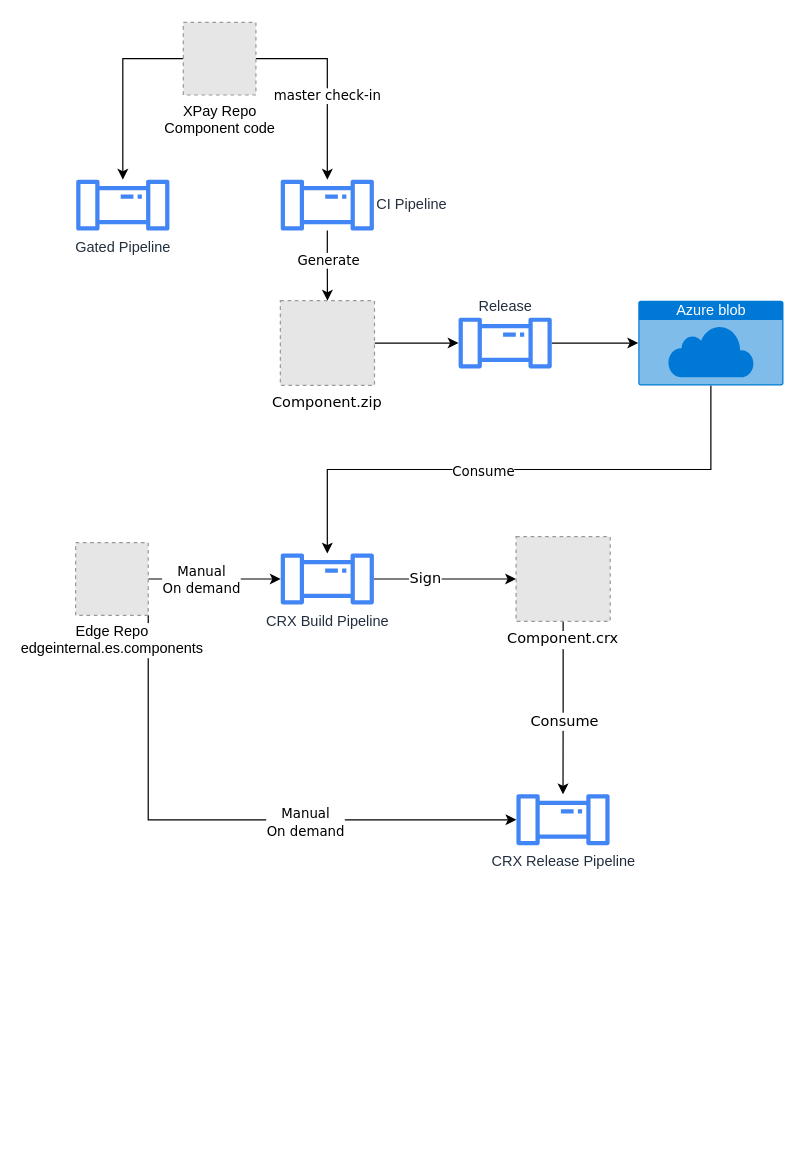
Earlier version of the draw.io diagram page "Overall" (1 of 3) of Wallet hub migration.drawio (lancelodliu/draw.io). Source tidied: cells renumbered, new cells numbered last; positions are measured from the earlier drawing's top-left corner, leaving out a move shared by most shapes. Both pictures are drawn from the tidied source at 121%, with x=0, y=0 at pixel (75, 22). Pictures stored in the file or linked from it are replaced by grey dashed boxes.
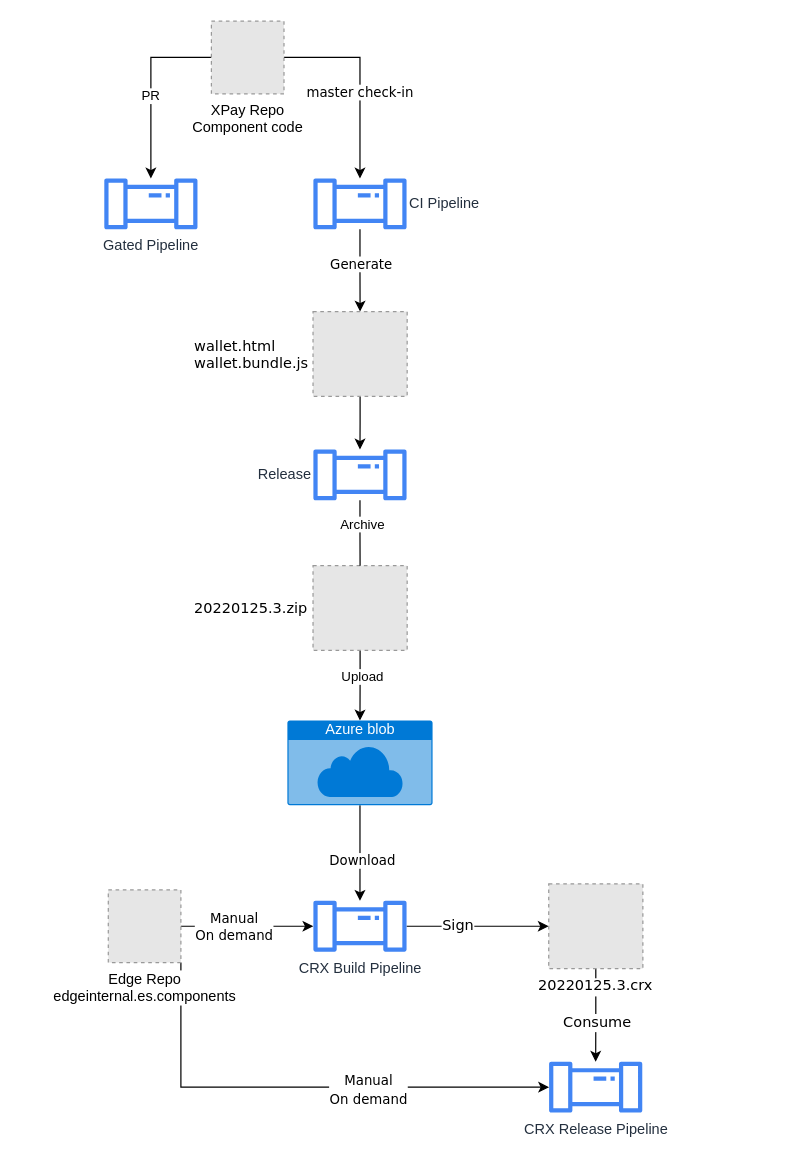
Above is the later version.

The change refers to these unchanged cells:
```xml
<mxCell id="7" style="edgeStyle=orthogonalEdgeStyle;rounded=0;jettySize=auto;html=1;exitX=0;exitY=0.5;exitDx=0;exitDy=0;fontFamily=Verdana;" parent="1" edge="1" source="8" target="9">
  <mxGeometry relative="1" as="geometry" />
</mxCell>
<mxCell id="10" style="edgeStyle=orthogonalEdgeStyle;rounded=0;jettySize=auto;html=1;exitX=0.5;exitY=1;exitDx=0;exitDy=0;fontFamily=Verdana;exitPerimeter=0;" parent="1" edge="1" source="28" target="21">
  <mxGeometry relative="1" as="geometry" />
</mxCell>
```

Change to the diagram source:
```diff
@@
     <mxCell id="4" value="CI Pipeline" style="sketch=0;outlineConnect=0;fontColor=#232F3E;gradientColor=none;fillColor=#4285F4;strokeColor=none;dashed=0;verticalLabelPosition=middle;verticalAlign=middle;align=left;html=1;fontSize=12;fontStyle=0;shape=mxgraph.aws4.iot_analytics_pipeline;labelPosition=right;" parent="1" vertex="1">
-      <mxGeometry x="169" y="130" width="78" height="42" as="geometry" />
+      <mxGeometry x="196" y="129" width="78" height="42" as="geometry" />
     </mxCell>
@@
+    <mxCell id="29" value="PR" style="edgeLabel;html=1;align=center;verticalAlign=middle;" parent="7" vertex="1">
+      <mxGeometry x="0.08" y="-1" relative="1" as="geometry" />
+    </mxCell>
     <mxCell id="8" value="XPay Repo&lt;br&gt;Component code" style="fillColor=#E6E6E6;strokeColor=#999999;dashed=1;html=1;verticalAlign=top;verticalLabelPosition=bottom;labelBackgroundColor=#ffffff;" parent="1" vertex="1">
-      <mxGeometry x="89" width="60" height="60" as="geometry" />
+      <mxGeometry x="112.2" y="-1" width="60" height="60" as="geometry" />
     </mxCell>
     <mxCell id="9" value="Gated Pipeline" style="sketch=0;outlineConnect=0;fontColor=#232F3E;gradientColor=none;fillColor=#4285F4;strokeColor=none;dashed=0;verticalLabelPosition=bottom;verticalAlign=top;align=center;html=1;fontSize=12;fontStyle=0;shape=mxgraph.aws4.iot_analytics_pipeline;" parent="1" vertex="1">
-      <mxGeometry y="130" width="78" height="42" as="geometry" />
+      <mxGeometry x="23.2" y="129" width="78" height="42" as="geometry" />
     </mxCell>
@@
-    <mxCell id="11" value="Consume" style="edgeLabel;html=1;align=center;verticalAlign=middle;fontFamily=Verdana;" parent="10" vertex="1">
+    <mxCell id="11" value="Download" style="edgeLabel;html=1;align=center;verticalAlign=middle;fontFamily=Verdana;" parent="10" vertex="1">
       <mxGeometry x="0.13" y="1" relative="1" as="geometry" />
     </mxCell>
-    <mxCell id="12" style="edgeStyle=orthogonalEdgeStyle;rounded=0;jettySize=auto;html=1;exitX=1;exitY=0.5;exitDx=0;exitDy=0;fontFamily=Helvetica;fontSize=18;fontColor=#FF8000;" parent="1" edge="1" source="13" target="27">
+    <mxCell id="12" style="edgeStyle=orthogonalEdgeStyle;rounded=0;jettySize=auto;html=1;" parent="1" edge="1" source="13" target="27">
       <mxGeometry relative="1" as="geometry" />
     </mxCell>
-    <mxCell id="13" value="Component.zip" style="fillColor=#E6E6E6;strokeColor=#999999;dashed=1;verticalLabelPosition=bottom;labelBackgroundColor=#ffffff;verticalAlign=top;fontFamily=Verdana;" parent="1" vertex="1">
-      <mxGeometry x="169.2" y="230" width="77.8" height="70" as="geometry" />
+    <mxCell id="13" value="wallet.html&#10;wallet.bundle.js" style="fillColor=#E6E6E6;strokeColor=#999999;dashed=1;verticalLabelPosition=middle;labelBackgroundColor=#ffffff;verticalAlign=middle;fontFamily=Verdana;labelPosition=left;align=left;spacingRight=0;spacing=-20;" parent="1" vertex="1">
+      <mxGeometry x="196.2" y="239" width="77.8" height="70" as="geometry" />
     </mxCell>
@@
     <mxCell id="16" style="edgeStyle=orthogonalEdgeStyle;rounded=0;jettySize=auto;html=1;exitX=1;exitY=1;exitDx=0;exitDy=0;fontFamily=Verdana;fontSize=12;" parent="1" edge="1" source="18" target="25">
       <mxGeometry relative="1" as="geometry">
         <Array as="points">
-          <mxPoint x="60" y="659" />
+          <mxPoint x="87" y="880" />
         </Array>
       </mxGeometry>
     </mxCell>
@@
     <mxCell id="18" value="Edge Repo&lt;br&gt;edgeinternal.es.components" style="fillColor=#E6E6E6;strokeColor=#999999;dashed=1;html=1;verticalAlign=top;verticalLabelPosition=bottom;labelBackgroundColor=#ffffff;" parent="1" vertex="1">
-      <mxGeometry y="430" width="60" height="60" as="geometry" />
+      <mxGeometry x="27" y="717" width="60" height="60" as="geometry" />
     </mxCell>
@@
     <mxCell id="21" value="CRX Build Pipeline" style="sketch=0;outlineConnect=0;fontColor=#232F3E;gradientColor=none;fillColor=#4285F4;strokeColor=none;dashed=0;verticalLabelPosition=bottom;verticalAlign=top;align=center;html=1;fontSize=12;fontStyle=0;shape=mxgraph.aws4.iot_analytics_pipeline;" parent="1" vertex="1">
-      <mxGeometry x="169" y="439" width="78" height="42" as="geometry" />
+      <mxGeometry x="196" y="726" width="78" height="42" as="geometry" />
     </mxCell>
@@
-    <mxCell id="24" value="Component.crx" style="fillColor=#E6E6E6;strokeColor=#999999;dashed=1;verticalLabelPosition=bottom;labelBackgroundColor=#ffffff;verticalAlign=top;fontFamily=Verdana;" parent="1" vertex="1">
-      <mxGeometry x="364" y="425" width="77.8" height="70" as="geometry" />
+    <mxCell id="24" value="20220125.3.crx" style="fillColor=#E6E6E6;strokeColor=#999999;dashed=1;verticalLabelPosition=bottom;labelBackgroundColor=#ffffff;verticalAlign=top;fontFamily=Verdana;" parent="1" vertex="1">
+      <mxGeometry x="391" y="712" width="77.8" height="70" as="geometry" />
     </mxCell>
     <mxCell id="25" value="CRX Release Pipeline" style="sketch=0;outlineConnect=0;fontColor=#232F3E;gradientColor=none;fillColor=#4285F4;strokeColor=none;dashed=0;verticalLabelPosition=bottom;verticalAlign=top;align=center;html=1;fontSize=12;fontStyle=0;shape=mxgraph.aws4.iot_analytics_pipeline;" parent="1" vertex="1">
-      <mxGeometry x="363.8" y="638" width="78" height="42" as="geometry" />
+      <mxGeometry x="390.8" y="859" width="78" height="42" as="geometry" />
     </mxCell>
-    <mxCell id="26" style="edgeStyle=orthogonalEdgeStyle;rounded=0;jettySize=auto;html=1;entryX=0;entryY=0.5;entryDx=0;entryDy=0;entryPerimeter=0;fontFamily=Helvetica;fontSize=18;fontColor=#FF8000;" parent="1" edge="1" source="27" target="28">
-      <mxGeometry relative="1" as="geometry" />
-    </mxCell>
+    <mxCell id="30" style="edgeStyle=orthogonalEdgeStyle;rounded=0;jettySize=auto;html=1;startArrow=none;" parent="1" edge="1" source="32" target="28">
+      <mxGeometry relative="1" as="geometry" />
+    </mxCell>
+    <mxCell id="31" value="Upload" style="edgeLabel;html=1;align=center;verticalAlign=middle;" parent="30" vertex="1">
+      <mxGeometry x="-0.26" y="1" relative="1" as="geometry" />
+    </mxCell>
-    <mxCell id="27" value="Release" style="sketch=0;outlineConnect=0;fontColor=#232F3E;gradientColor=none;fillColor=#4285F4;strokeColor=none;dashed=0;verticalLabelPosition=top;verticalAlign=bottom;align=center;html=1;fontSize=12;fontStyle=0;shape=mxgraph.aws4.iot_analytics_pipeline;labelPosition=center;" parent="1" vertex="1">
-      <mxGeometry x="316" y="244" width="78" height="42" as="geometry" />
+    <mxCell id="27" value="Release" style="sketch=0;outlineConnect=0;fontColor=#232F3E;gradientColor=none;fillColor=#4285F4;strokeColor=none;dashed=0;verticalLabelPosition=middle;verticalAlign=middle;align=right;html=1;fontSize=12;fontStyle=0;shape=mxgraph.aws4.iot_analytics_pipeline;labelPosition=left;" parent="1" vertex="1">
+      <mxGeometry x="196" y="353" width="78" height="42" as="geometry" />
     </mxCell>
     <mxCell id="28" value="Azure blob" style="html=1;strokeColor=none;fillColor=#0079D6;labelPosition=center;verticalLabelPosition=middle;verticalAlign=top;align=center;fontSize=12;outlineConnect=0;spacingTop=-6;fontColor=#FFFFFF;sketch=0;shape=mxgraph.sitemap.cloud;rounded=1;shadow=0;glass=0;labelBorderColor=none;fontFamily=Helvetica;" parent="1" vertex="1">
-      <mxGeometry x="465" y="230" width="120" height="70" as="geometry" />
+      <mxGeometry x="175" y="577" width="120" height="70" as="geometry" />
     </mxCell>
+    <mxCell id="32" value="20220125.3.zip" style="fillColor=#E6E6E6;strokeColor=#999999;dashed=1;verticalLabelPosition=middle;labelBackgroundColor=#ffffff;verticalAlign=middle;fontFamily=Verdana;labelPosition=left;align=left;spacingRight=0;spacing=-20;" parent="1" vertex="1">
+      <mxGeometry x="196.2" y="449" width="77.8" height="70" as="geometry" />
+    </mxCell>
+    <mxCell id="33" style="edgeStyle=orthogonalEdgeStyle;rounded=0;jettySize=auto;html=1;endArrow=none;" parent="1" edge="1" source="27" target="32">
+      <mxGeometry relative="1" as="geometry" />
+    </mxCell>
+    <mxCell id="34" value="Archive" style="edgeLabel;html=1;align=center;verticalAlign=middle;" parent="33" vertex="1">
+      <mxGeometry x="-0.28" y="1" relative="1" as="geometry" />
+    </mxCell>
```
